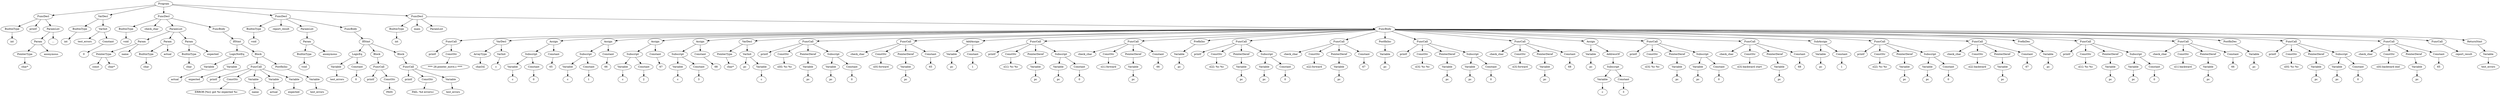
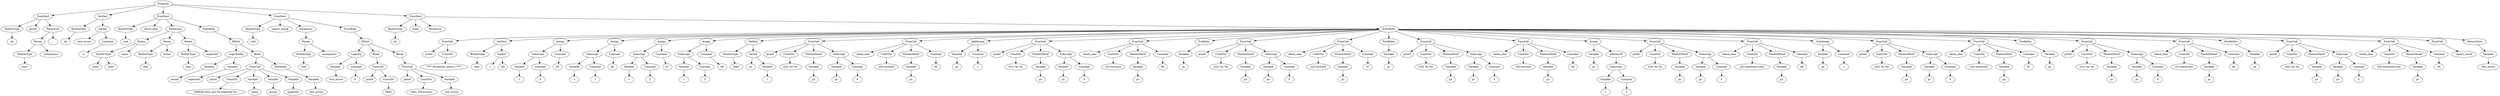
digraph {
Program [label = Program]
Program -> FuncDecl_0
FuncDecl_0 [label = FuncDecl]
FuncDecl_0 -> BuiltinType_1
BuiltinType_1 [label = BuiltinType]
"int_1" [label = "int"]
BuiltinType_1 -> "int_1"
printf_0[ label = printf]
FuncDecl_0 -> printf_0
FuncDecl_0 -> ParamList_2
ParamList_2 [label = ParamList]
ParamList_2 -> Param_3
Param_3 [label = Param]
Param_3 -> PointerType_4
PointerType_4 [label = PointerType]
"char*_4" [label = "char*"]
PointerType_4 -> "char*_4"
anonymous_3 [label = anonymous]
Param_3 -> anonymous_3
"..._2" [label = "..."]
ParamList_2 -> "..._2"
Program -> VarDecl_5
VarDecl_5 [label = VarDecl]
VarDecl_5 -> BuiltinType_6
BuiltinType_6 [label = BuiltinType]
"int_6" [label = "int"]
BuiltinType_6 -> "int_6"
VarDecl_5 -> VarInit_7
VarInit_7 [label = VarInit]
test_errors_7 [label = test_errors]
VarInit_7 -> test_errors_7
VarInit_7 -> Constant_8
Constant_8 [label = Constant]
int_8 [label = "0"]
Constant_8 -> int_8
Program -> FuncDecl_9
FuncDecl_9 [label = FuncDecl]
FuncDecl_9 -> BuiltinType_10
BuiltinType_10 [label = BuiltinType]
"void_10" [label = "void"]
BuiltinType_10 -> "void_10"
check_char_9[ label = check_char]
FuncDecl_9 -> check_char_9
FuncDecl_9 -> ParamList_11
ParamList_11 [label = ParamList]
ParamList_11 -> Param_12
Param_12 [label = Param]
Param_12 -> PointerType_13
PointerType_13 [label = PointerType]
const_13 [label = const]
PointerType_13 -> const_13
"char*_13" [label = "char*"]
PointerType_13 -> "char*_13"
name_12 [label = name]
Param_12 -> name_12
ParamList_11 -> Param_14
Param_14 [label = Param]
Param_14 -> BuiltinType_15
BuiltinType_15 [label = BuiltinType]
"char_15" [label = "char"]
BuiltinType_15 -> "char_15"
actual_14 [label = actual]
Param_14 -> actual_14
ParamList_11 -> Param_16
Param_16 [label = Param]
Param_16 -> BuiltinType_17
BuiltinType_17 [label = BuiltinType]
"char_17" [label = "char"]
BuiltinType_17 -> "char_17"
expected_16 [label = expected]
Param_16 -> expected_16
FuncDecl_9 -> FuncBody_18
FuncBody_18 [label = FuncBody]
FuncBody_18 -> IfStmt_19
IfStmt_19 [label = IfStmt]
IfStmt_19 -> LogicNotEq_20
LogicNotEq_20 [label = LogicNotEq]
LogicNotEq_20 -> Variable_21
Variable_21 [label = Variable]
actual_21 [label = actual]
Variable_21 -> actual_21
LogicNotEq_20 -> Variable_22
Variable_22 [label = Variable]
expected_22 [label = expected]
Variable_22 -> expected_22
IfStmt_19 -> Block_23
Block_23 [label = Block]
Block_23 -> FuncCall_24
FuncCall_24 [label = FuncCall]
printf_24[ label = printf]
FuncCall_24 -> printf_24
FuncCall_24 -> ConstStr_25
ConstStr_25 [label = ConstStr]
str_25 [label = "ERROR [%s]: got %c expected %c"]
ConstStr_25 -> str_25
FuncCall_24 -> Variable_26
Variable_26 [label = Variable]
name_26 [label = name]
Variable_26 -> name_26
FuncCall_24 -> Variable_27
Variable_27 [label = Variable]
actual_27 [label = actual]
Variable_27 -> actual_27
FuncCall_24 -> Variable_28
Variable_28 [label = Variable]
expected_28 [label = expected]
Variable_28 -> expected_28
Block_23 -> PostfixInc_29
PostfixInc_29 [label = PostfixInc]
PostfixInc_29 -> Variable_30
Variable_30 [label = Variable]
test_errors_30 [label = test_errors]
Variable_30 -> test_errors_30
Program -> FuncDecl_31
FuncDecl_31 [label = FuncDecl]
FuncDecl_31 -> BuiltinType_32
BuiltinType_32 [label = BuiltinType]
"void_32" [label = "void"]
BuiltinType_32 -> "void_32"
report_result_31[ label = report_result]
FuncDecl_31 -> report_result_31
FuncDecl_31 -> ParamList_33
ParamList_33 [label = ParamList]
ParamList_33 -> Param_34
Param_34 [label = Param]
Param_34 -> BuiltinType_35
BuiltinType_35 [label = BuiltinType]
"void_35" [label = "void"]
BuiltinType_35 -> "void_35"
anonymous_34 [label = anonymous]
Param_34 -> anonymous_34
FuncDecl_31 -> FuncBody_36
FuncBody_36 [label = FuncBody]
FuncBody_36 -> IfStmt_37
IfStmt_37 [label = IfStmt]
IfStmt_37 -> LogicEq_38
LogicEq_38 [label = LogicEq]
LogicEq_38 -> Variable_39
Variable_39 [label = Variable]
test_errors_39 [label = test_errors]
Variable_39 -> test_errors_39
LogicEq_38 -> Constant_40
Constant_40 [label = Constant]
int_40 [label = "0"]
Constant_40 -> int_40
IfStmt_37 -> Block_41
Block_41 [label = Block]
Block_41 -> FuncCall_42
FuncCall_42 [label = FuncCall]
printf_42[ label = printf]
FuncCall_42 -> printf_42
FuncCall_42 -> ConstStr_43
ConstStr_43 [label = ConstStr]
str_43 [label = "PASS"]
ConstStr_43 -> str_43
IfStmt_37 -> Block_44
Block_44 [label = Block]
Block_44 -> FuncCall_45
FuncCall_45 [label = FuncCall]
printf_45[ label = printf]
FuncCall_45 -> printf_45
FuncCall_45 -> ConstStr_46
ConstStr_46 [label = ConstStr]
str_46 [label = "FAIL: %d error(s)"]
ConstStr_46 -> str_46
FuncCall_45 -> Variable_47
Variable_47 [label = Variable]
test_errors_47 [label = test_errors]
Variable_47 -> test_errors_47
Program -> FuncDecl_48
FuncDecl_48 [label = FuncDecl]
FuncDecl_48 -> BuiltinType_49
BuiltinType_49 [label = BuiltinType]
"int_49" [label = "int"]
BuiltinType_49 -> "int_49"
main_48[ label = main]
FuncDecl_48 -> main_48
FuncDecl_48 -> ParamList_50
ParamList_50 [label = ParamList]
FuncDecl_48 -> FuncBody_51
FuncBody_51 [label = FuncBody]
FuncBody_51 -> FuncCall_52
FuncCall_52 [label = FuncCall]
printf_52[ label = printf]
FuncCall_52 -> printf_52
FuncCall_52 -> ConstStr_53
ConstStr_53 [label = ConstStr]
str_53 [label = "**** 28.pointer_move.c ****"]
ConstStr_53 -> str_53
FuncBody_51 -> VarDecl_54
VarDecl_54 [label = VarDecl]
- VarDecl_54 -> ArrayType_55
- ArrayType_55 [label = ArrayType]
- "char[4]_55" [label = "char[4]"]
- ArrayType_55 -> "char[4]_55"
+ VarDecl_54 -> BuiltinType_55
+ BuiltinType_55 [label = BuiltinType]
+ "char_55" [label = "char"]
+ BuiltinType_55 -> "char_55"
VarDecl_54 -> VarInit_56
VarInit_56 [label = VarInit]
c_56 [label = c]
VarInit_56 -> c_56
+ bounds_56 [label = "[4]"]
+ VarInit_56 -> bounds_56
FuncBody_51 -> Assign_57
Assign_57 [label = Assign]
Assign_57 -> Subscript_58
Subscript_58 [label = Subscript]
Subscript_58 -> Variable_59
Variable_59 [label = Variable]
c_59 [label = c]
Variable_59 -> c_59
Subscript_58 -> Constant_60
Constant_60 [label = Constant]
int_60 [label = "0"]
Constant_60 -> int_60
Assign_57 -> Constant_61
Constant_61 [label = Constant]
char_61 [label = "65"]
Constant_61 -> char_61
FuncBody_51 -> Assign_62
Assign_62 [label = Assign]
Assign_62 -> Subscript_63
Subscript_63 [label = Subscript]
Subscript_63 -> Variable_64
Variable_64 [label = Variable]
c_64 [label = c]
Variable_64 -> c_64
Subscript_63 -> Constant_65
Constant_65 [label = Constant]
int_65 [label = "1"]
Constant_65 -> int_65
Assign_62 -> Constant_66
Constant_66 [label = Constant]
char_66 [label = "66"]
Constant_66 -> char_66
FuncBody_51 -> Assign_67
Assign_67 [label = Assign]
Assign_67 -> Subscript_68
Subscript_68 [label = Subscript]
Subscript_68 -> Variable_69
Variable_69 [label = Variable]
c_69 [label = c]
Variable_69 -> c_69
Subscript_68 -> Constant_70
Constant_70 [label = Constant]
int_70 [label = "2"]
Constant_70 -> int_70
Assign_67 -> Constant_71
Constant_71 [label = Constant]
char_71 [label = "67"]
Constant_71 -> char_71
FuncBody_51 -> Assign_72
Assign_72 [label = Assign]
Assign_72 -> Subscript_73
Subscript_73 [label = Subscript]
Subscript_73 -> Variable_74
Variable_74 [label = Variable]
c_74 [label = c]
Variable_74 -> c_74
Subscript_73 -> Constant_75
Constant_75 [label = Constant]
int_75 [label = "3"]
Constant_75 -> int_75
Assign_72 -> Constant_76
Constant_76 [label = Constant]
char_76 [label = "68"]
Constant_76 -> char_76
FuncBody_51 -> VarDecl_77
VarDecl_77 [label = VarDecl]
VarDecl_77 -> PointerType_78
PointerType_78 [label = PointerType]
"char*_78" [label = "char*"]
PointerType_78 -> "char*_78"
VarDecl_77 -> VarInit_79
VarInit_79 [label = VarInit]
pc_79 [label = pc]
VarInit_79 -> pc_79
VarInit_79 -> Variable_80
Variable_80 [label = Variable]
c_80 [label = c]
Variable_80 -> c_80
FuncBody_51 -> FuncCall_81
FuncCall_81 [label = FuncCall]
printf_81[ label = printf]
FuncCall_81 -> printf_81
FuncCall_81 -> ConstStr_82
ConstStr_82 [label = ConstStr]
str_82 [label = "c[0]: %c %c"]
ConstStr_82 -> str_82
FuncCall_81 -> PointerDeref_83
PointerDeref_83 [label = PointerDeref]
PointerDeref_83 -> Variable_84
Variable_84 [label = Variable]
pc_84 [label = pc]
Variable_84 -> pc_84
FuncCall_81 -> Subscript_85
Subscript_85 [label = Subscript]
Subscript_85 -> Variable_86
Variable_86 [label = Variable]
pc_86 [label = pc]
Variable_86 -> pc_86
Subscript_85 -> Constant_87
Constant_87 [label = Constant]
int_87 [label = "0"]
Constant_87 -> int_87
FuncBody_51 -> FuncCall_88
FuncCall_88 [label = FuncCall]
check_char_88[ label = check_char]
FuncCall_88 -> check_char_88
FuncCall_88 -> ConstStr_89
ConstStr_89 [label = ConstStr]
str_89 [label = "c[0] forward"]
ConstStr_89 -> str_89
FuncCall_88 -> PointerDeref_90
PointerDeref_90 [label = PointerDeref]
PointerDeref_90 -> Variable_91
Variable_91 [label = Variable]
pc_91 [label = pc]
Variable_91 -> pc_91
FuncCall_88 -> Constant_92
Constant_92 [label = Constant]
char_92 [label = "65"]
Constant_92 -> char_92
FuncBody_51 -> AddAssign_93
AddAssign_93 [label = AddAssign]
AddAssign_93 -> Variable_94
Variable_94 [label = Variable]
pc_94 [label = pc]
Variable_94 -> pc_94
AddAssign_93 -> Constant_95
Constant_95 [label = Constant]
int_95 [label = "1"]
Constant_95 -> int_95
FuncBody_51 -> FuncCall_96
FuncCall_96 [label = FuncCall]
printf_96[ label = printf]
FuncCall_96 -> printf_96
FuncCall_96 -> ConstStr_97
ConstStr_97 [label = ConstStr]
str_97 [label = "c[1]: %c %c"]
ConstStr_97 -> str_97
FuncCall_96 -> PointerDeref_98
PointerDeref_98 [label = PointerDeref]
PointerDeref_98 -> Variable_99
Variable_99 [label = Variable]
pc_99 [label = pc]
Variable_99 -> pc_99
FuncCall_96 -> Subscript_100
Subscript_100 [label = Subscript]
Subscript_100 -> Variable_101
Variable_101 [label = Variable]
pc_101 [label = pc]
Variable_101 -> pc_101
Subscript_100 -> Constant_102
Constant_102 [label = Constant]
int_102 [label = "0"]
Constant_102 -> int_102
FuncBody_51 -> FuncCall_103
FuncCall_103 [label = FuncCall]
check_char_103[ label = check_char]
FuncCall_103 -> check_char_103
FuncCall_103 -> ConstStr_104
ConstStr_104 [label = ConstStr]
str_104 [label = "c[1] forward"]
ConstStr_104 -> str_104
FuncCall_103 -> PointerDeref_105
PointerDeref_105 [label = PointerDeref]
PointerDeref_105 -> Variable_106
Variable_106 [label = Variable]
pc_106 [label = pc]
Variable_106 -> pc_106
FuncCall_103 -> Constant_107
Constant_107 [label = Constant]
char_107 [label = "66"]
Constant_107 -> char_107
FuncBody_51 -> PrefixInc_108
PrefixInc_108 [label = PrefixInc]
PrefixInc_108 -> Variable_109
Variable_109 [label = Variable]
pc_109 [label = pc]
Variable_109 -> pc_109
FuncBody_51 -> FuncCall_110
FuncCall_110 [label = FuncCall]
printf_110[ label = printf]
FuncCall_110 -> printf_110
FuncCall_110 -> ConstStr_111
ConstStr_111 [label = ConstStr]
str_111 [label = "c[2]: %c %c"]
ConstStr_111 -> str_111
FuncCall_110 -> PointerDeref_112
PointerDeref_112 [label = PointerDeref]
PointerDeref_112 -> Variable_113
Variable_113 [label = Variable]
pc_113 [label = pc]
Variable_113 -> pc_113
FuncCall_110 -> Subscript_114
Subscript_114 [label = Subscript]
Subscript_114 -> Variable_115
Variable_115 [label = Variable]
pc_115 [label = pc]
Variable_115 -> pc_115
Subscript_114 -> Constant_116
Constant_116 [label = Constant]
int_116 [label = "0"]
Constant_116 -> int_116
FuncBody_51 -> FuncCall_117
FuncCall_117 [label = FuncCall]
check_char_117[ label = check_char]
FuncCall_117 -> check_char_117
FuncCall_117 -> ConstStr_118
ConstStr_118 [label = ConstStr]
str_118 [label = "c[2] forward"]
ConstStr_118 -> str_118
FuncCall_117 -> PointerDeref_119
PointerDeref_119 [label = PointerDeref]
PointerDeref_119 -> Variable_120
Variable_120 [label = Variable]
pc_120 [label = pc]
Variable_120 -> pc_120
FuncCall_117 -> Constant_121
Constant_121 [label = Constant]
char_121 [label = "67"]
Constant_121 -> char_121
FuncBody_51 -> PostfixInc_122
PostfixInc_122 [label = PostfixInc]
PostfixInc_122 -> Variable_123
Variable_123 [label = Variable]
pc_123 [label = pc]
Variable_123 -> pc_123
FuncBody_51 -> FuncCall_124
FuncCall_124 [label = FuncCall]
printf_124[ label = printf]
FuncCall_124 -> printf_124
FuncCall_124 -> ConstStr_125
ConstStr_125 [label = ConstStr]
str_125 [label = "c[3]: %c %c"]
ConstStr_125 -> str_125
FuncCall_124 -> PointerDeref_126
PointerDeref_126 [label = PointerDeref]
PointerDeref_126 -> Variable_127
Variable_127 [label = Variable]
pc_127 [label = pc]
Variable_127 -> pc_127
FuncCall_124 -> Subscript_128
Subscript_128 [label = Subscript]
Subscript_128 -> Variable_129
Variable_129 [label = Variable]
pc_129 [label = pc]
Variable_129 -> pc_129
Subscript_128 -> Constant_130
Constant_130 [label = Constant]
int_130 [label = "0"]
Constant_130 -> int_130
FuncBody_51 -> FuncCall_131
FuncCall_131 [label = FuncCall]
check_char_131[ label = check_char]
FuncCall_131 -> check_char_131
FuncCall_131 -> ConstStr_132
ConstStr_132 [label = ConstStr]
str_132 [label = "c[3] forward"]
ConstStr_132 -> str_132
FuncCall_131 -> PointerDeref_133
PointerDeref_133 [label = PointerDeref]
PointerDeref_133 -> Variable_134
Variable_134 [label = Variable]
pc_134 [label = pc]
Variable_134 -> pc_134
FuncCall_131 -> Constant_135
Constant_135 [label = Constant]
char_135 [label = "68"]
Constant_135 -> char_135
FuncBody_51 -> Assign_136
Assign_136 [label = Assign]
Assign_136 -> Variable_137
Variable_137 [label = Variable]
pc_137 [label = pc]
Variable_137 -> pc_137
Assign_136 -> AddressOf_138
AddressOf_138 [label = AddressOf]
AddressOf_138 -> Subscript_139
Subscript_139 [label = Subscript]
Subscript_139 -> Variable_140
Variable_140 [label = Variable]
c_140 [label = c]
Variable_140 -> c_140
Subscript_139 -> Constant_141
Constant_141 [label = Constant]
int_141 [label = "3"]
Constant_141 -> int_141
FuncBody_51 -> FuncCall_142
FuncCall_142 [label = FuncCall]
printf_142[ label = printf]
FuncCall_142 -> printf_142
FuncCall_142 -> ConstStr_143
ConstStr_143 [label = ConstStr]
str_143 [label = "c[3]: %c %c"]
ConstStr_143 -> str_143
FuncCall_142 -> PointerDeref_144
PointerDeref_144 [label = PointerDeref]
PointerDeref_144 -> Variable_145
Variable_145 [label = Variable]
pc_145 [label = pc]
Variable_145 -> pc_145
FuncCall_142 -> Subscript_146
Subscript_146 [label = Subscript]
Subscript_146 -> Variable_147
Variable_147 [label = Variable]
pc_147 [label = pc]
Variable_147 -> pc_147
Subscript_146 -> Constant_148
Constant_148 [label = Constant]
int_148 [label = "0"]
Constant_148 -> int_148
FuncBody_51 -> FuncCall_149
FuncCall_149 [label = FuncCall]
check_char_149[ label = check_char]
FuncCall_149 -> check_char_149
FuncCall_149 -> ConstStr_150
ConstStr_150 [label = ConstStr]
str_150 [label = "c[3] backward start"]
ConstStr_150 -> str_150
FuncCall_149 -> PointerDeref_151
PointerDeref_151 [label = PointerDeref]
PointerDeref_151 -> Variable_152
Variable_152 [label = Variable]
pc_152 [label = pc]
Variable_152 -> pc_152
FuncCall_149 -> Constant_153
Constant_153 [label = Constant]
char_153 [label = "68"]
Constant_153 -> char_153
FuncBody_51 -> SubAssign_154
SubAssign_154 [label = SubAssign]
SubAssign_154 -> Variable_155
Variable_155 [label = Variable]
pc_155 [label = pc]
Variable_155 -> pc_155
SubAssign_154 -> Constant_156
Constant_156 [label = Constant]
int_156 [label = "1"]
Constant_156 -> int_156
FuncBody_51 -> FuncCall_157
FuncCall_157 [label = FuncCall]
printf_157[ label = printf]
FuncCall_157 -> printf_157
FuncCall_157 -> ConstStr_158
ConstStr_158 [label = ConstStr]
str_158 [label = "c[2]: %c %c"]
ConstStr_158 -> str_158
FuncCall_157 -> PointerDeref_159
PointerDeref_159 [label = PointerDeref]
PointerDeref_159 -> Variable_160
Variable_160 [label = Variable]
pc_160 [label = pc]
Variable_160 -> pc_160
FuncCall_157 -> Subscript_161
Subscript_161 [label = Subscript]
Subscript_161 -> Variable_162
Variable_162 [label = Variable]
pc_162 [label = pc]
Variable_162 -> pc_162
Subscript_161 -> Constant_163
Constant_163 [label = Constant]
int_163 [label = "0"]
Constant_163 -> int_163
FuncBody_51 -> FuncCall_164
FuncCall_164 [label = FuncCall]
check_char_164[ label = check_char]
FuncCall_164 -> check_char_164
FuncCall_164 -> ConstStr_165
ConstStr_165 [label = ConstStr]
str_165 [label = "c[2] backward"]
ConstStr_165 -> str_165
FuncCall_164 -> PointerDeref_166
PointerDeref_166 [label = PointerDeref]
PointerDeref_166 -> Variable_167
Variable_167 [label = Variable]
pc_167 [label = pc]
Variable_167 -> pc_167
FuncCall_164 -> Constant_168
Constant_168 [label = Constant]
char_168 [label = "67"]
Constant_168 -> char_168
FuncBody_51 -> PrefixDec_169
PrefixDec_169 [label = PrefixDec]
PrefixDec_169 -> Variable_170
Variable_170 [label = Variable]
pc_170 [label = pc]
Variable_170 -> pc_170
FuncBody_51 -> FuncCall_171
FuncCall_171 [label = FuncCall]
printf_171[ label = printf]
FuncCall_171 -> printf_171
FuncCall_171 -> ConstStr_172
ConstStr_172 [label = ConstStr]
str_172 [label = "c[1]: %c %c"]
ConstStr_172 -> str_172
FuncCall_171 -> PointerDeref_173
PointerDeref_173 [label = PointerDeref]
PointerDeref_173 -> Variable_174
Variable_174 [label = Variable]
pc_174 [label = pc]
Variable_174 -> pc_174
FuncCall_171 -> Subscript_175
Subscript_175 [label = Subscript]
Subscript_175 -> Variable_176
Variable_176 [label = Variable]
pc_176 [label = pc]
Variable_176 -> pc_176
Subscript_175 -> Constant_177
Constant_177 [label = Constant]
int_177 [label = "0"]
Constant_177 -> int_177
FuncBody_51 -> FuncCall_178
FuncCall_178 [label = FuncCall]
check_char_178[ label = check_char]
FuncCall_178 -> check_char_178
FuncCall_178 -> ConstStr_179
ConstStr_179 [label = ConstStr]
str_179 [label = "c[1] backward"]
ConstStr_179 -> str_179
FuncCall_178 -> PointerDeref_180
PointerDeref_180 [label = PointerDeref]
PointerDeref_180 -> Variable_181
Variable_181 [label = Variable]
pc_181 [label = pc]
Variable_181 -> pc_181
FuncCall_178 -> Constant_182
Constant_182 [label = Constant]
char_182 [label = "66"]
Constant_182 -> char_182
FuncBody_51 -> PostfixDec_183
PostfixDec_183 [label = PostfixDec]
PostfixDec_183 -> Variable_184
Variable_184 [label = Variable]
pc_184 [label = pc]
Variable_184 -> pc_184
FuncBody_51 -> FuncCall_185
FuncCall_185 [label = FuncCall]
printf_185[ label = printf]
FuncCall_185 -> printf_185
FuncCall_185 -> ConstStr_186
ConstStr_186 [label = ConstStr]
str_186 [label = "c[0]: %c %c"]
ConstStr_186 -> str_186
FuncCall_185 -> PointerDeref_187
PointerDeref_187 [label = PointerDeref]
PointerDeref_187 -> Variable_188
Variable_188 [label = Variable]
pc_188 [label = pc]
Variable_188 -> pc_188
FuncCall_185 -> Subscript_189
Subscript_189 [label = Subscript]
Subscript_189 -> Variable_190
Variable_190 [label = Variable]
pc_190 [label = pc]
Variable_190 -> pc_190
Subscript_189 -> Constant_191
Constant_191 [label = Constant]
int_191 [label = "0"]
Constant_191 -> int_191
FuncBody_51 -> FuncCall_192
FuncCall_192 [label = FuncCall]
check_char_192[ label = check_char]
FuncCall_192 -> check_char_192
FuncCall_192 -> ConstStr_193
ConstStr_193 [label = ConstStr]
str_193 [label = "c[0] backward end"]
ConstStr_193 -> str_193
FuncCall_192 -> PointerDeref_194
PointerDeref_194 [label = PointerDeref]
PointerDeref_194 -> Variable_195
Variable_195 [label = Variable]
pc_195 [label = pc]
Variable_195 -> pc_195
FuncCall_192 -> Constant_196
Constant_196 [label = Constant]
char_196 [label = "65"]
Constant_196 -> char_196
FuncBody_51 -> FuncCall_197
FuncCall_197 [label = FuncCall]
report_result_197[ label = report_result]
FuncCall_197 -> report_result_197
FuncBody_51 -> ReturnStmt_198
ReturnStmt_198 [label = ReturnStmt]
ReturnStmt_198 -> Variable_199
Variable_199 [label = Variable]
test_errors_199 [label = test_errors]
Variable_199 -> test_errors_199
}
